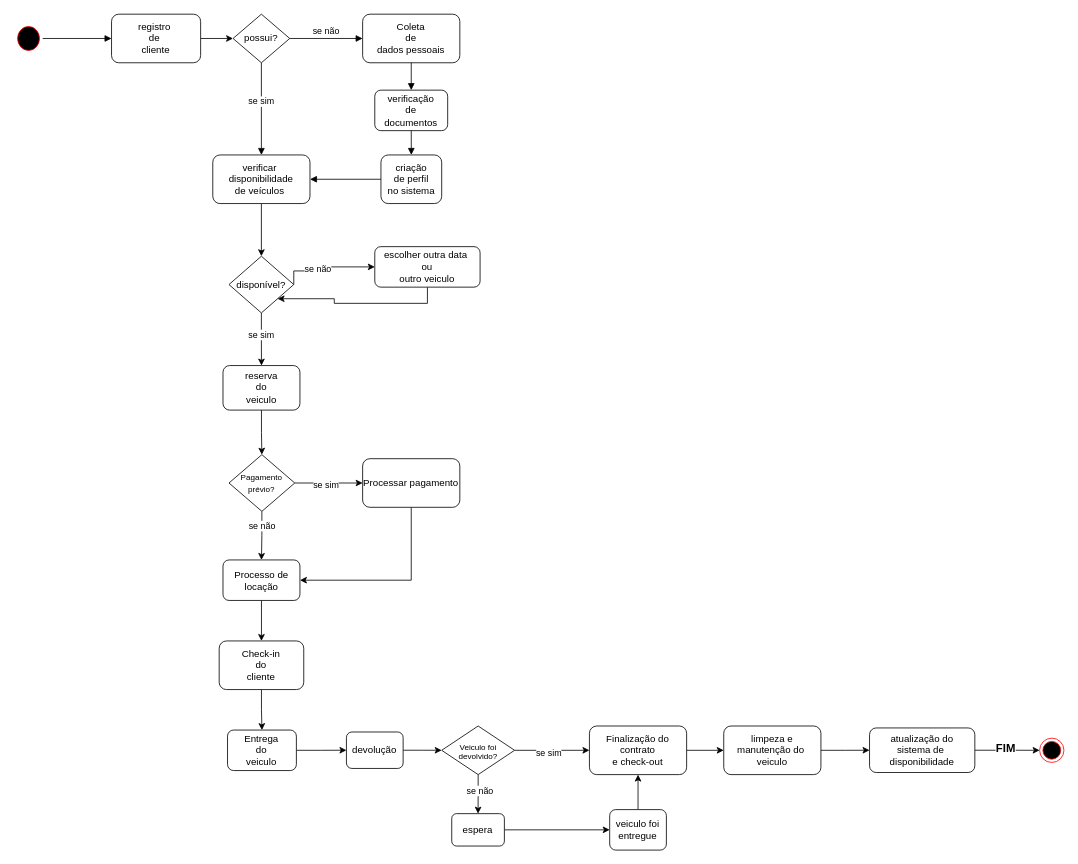
Earlier version of the draw.io diagram DIAGRAMA DE ATVD A3.drawio (LuffyBaiano27/Draw.io). Source tidied: cells renumbered, new cells numbered last; positions are measured from the earlier drawing's top-left corner, leaving out a move shared by most shapes. Both pictures are drawn from the tidied source at 81%, with x=0, y=0 at pixel (13, 14).
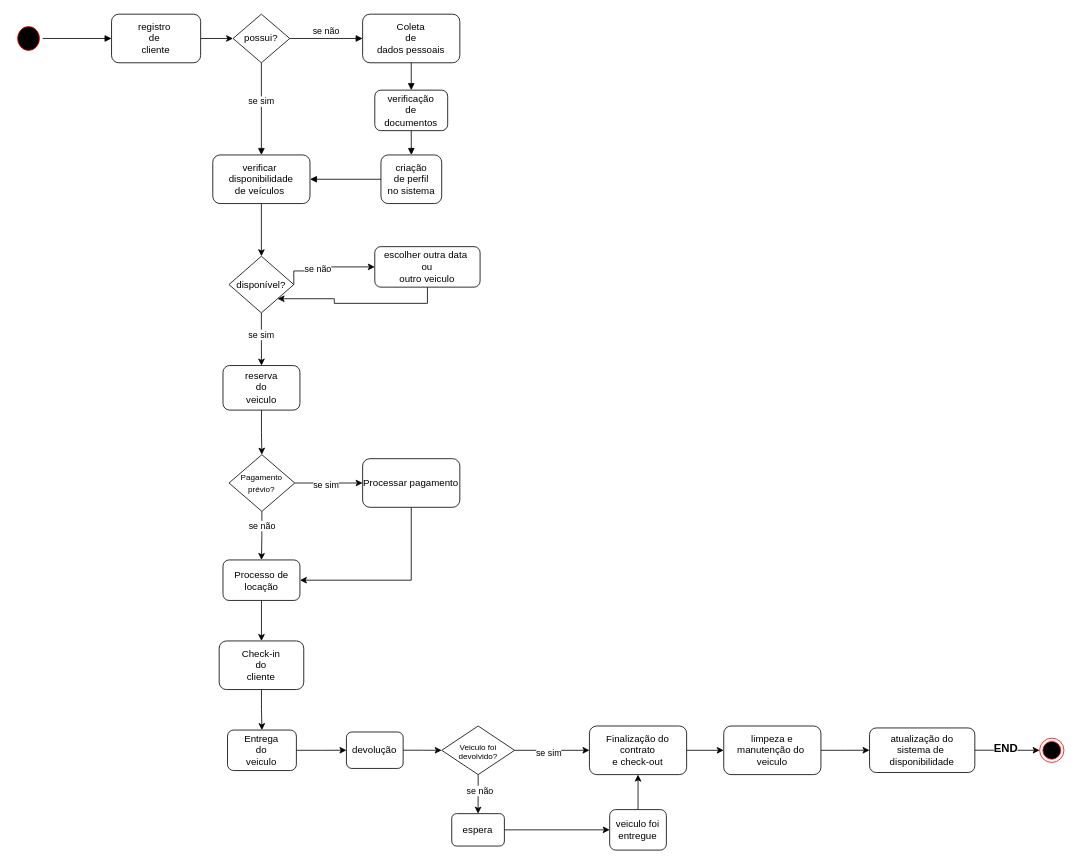
Above is the later version.

Unchanged cells that the change refers to:
```xml
<mxCell id="52" style="edgeStyle=orthogonalEdgeStyle;rounded=0;jettySize=auto;html=1;exitX=1;exitY=0.5;exitDx=0;exitDy=0;entryX=0;entryY=0.5;entryDx=0;entryDy=0;" parent="1" edge="1" source="54" target="57">
  <mxGeometry relative="1" as="geometry" />
</mxCell>
```

The edit, as a diff of the source:
```diff
@@
-    <mxCell id="53" value="&lt;b&gt;&lt;font style=&quot;font-size: 14px;&quot;&gt;FIM&lt;/font&gt;&lt;/b&gt;" style="edgeLabel;html=1;align=center;verticalAlign=middle;" parent="52" vertex="1">
+    <mxCell id="53" value="&lt;span style=&quot;font-size: 14px;&quot;&gt;&lt;b&gt;END&lt;/b&gt;&lt;/span&gt;" style="edgeLabel;html=1;align=center;verticalAlign=middle;" parent="52" vertex="1">
       <mxGeometry x="-0.08" y="2" relative="1" as="geometry" />
     </mxCell>
```
